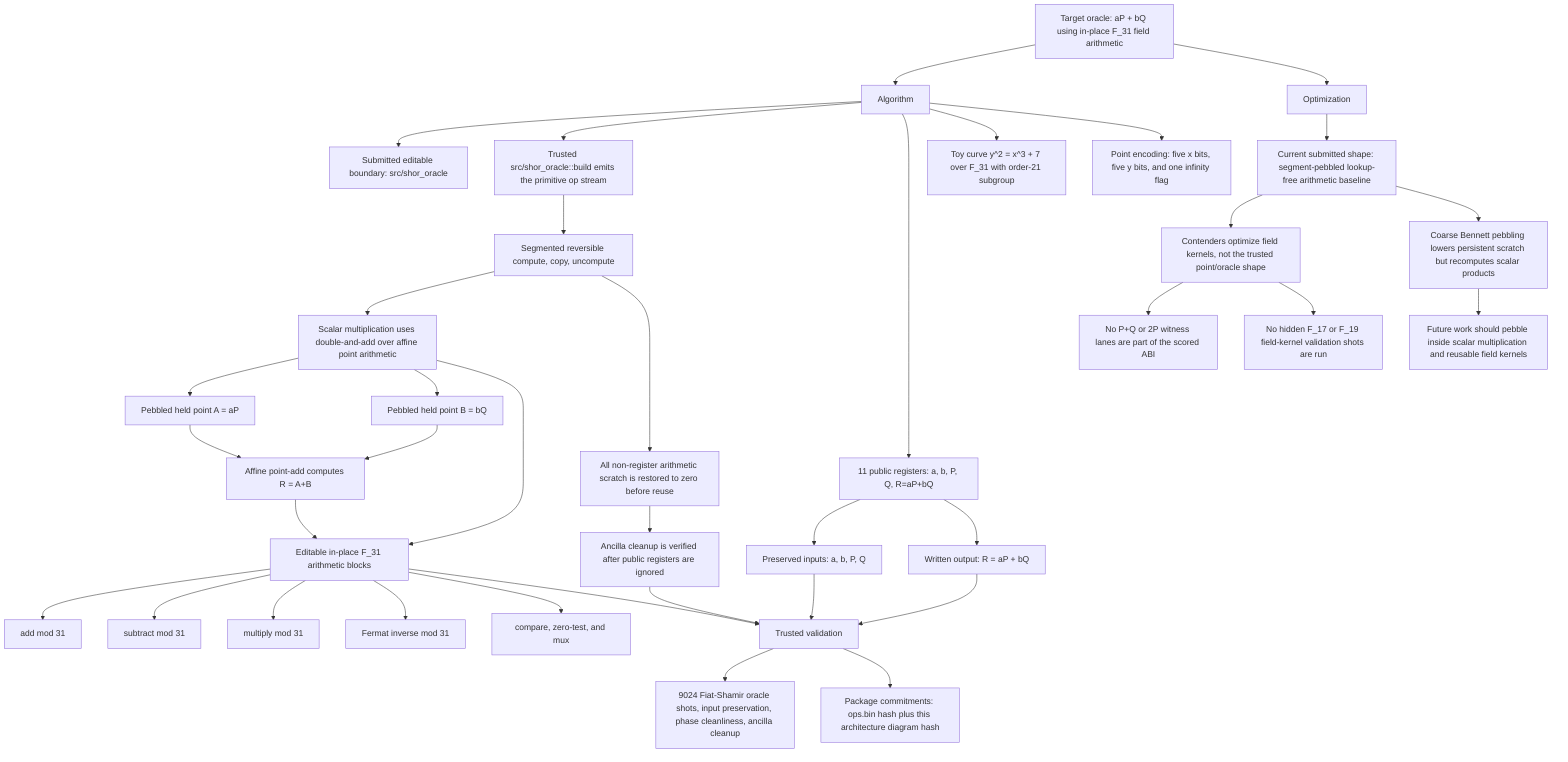
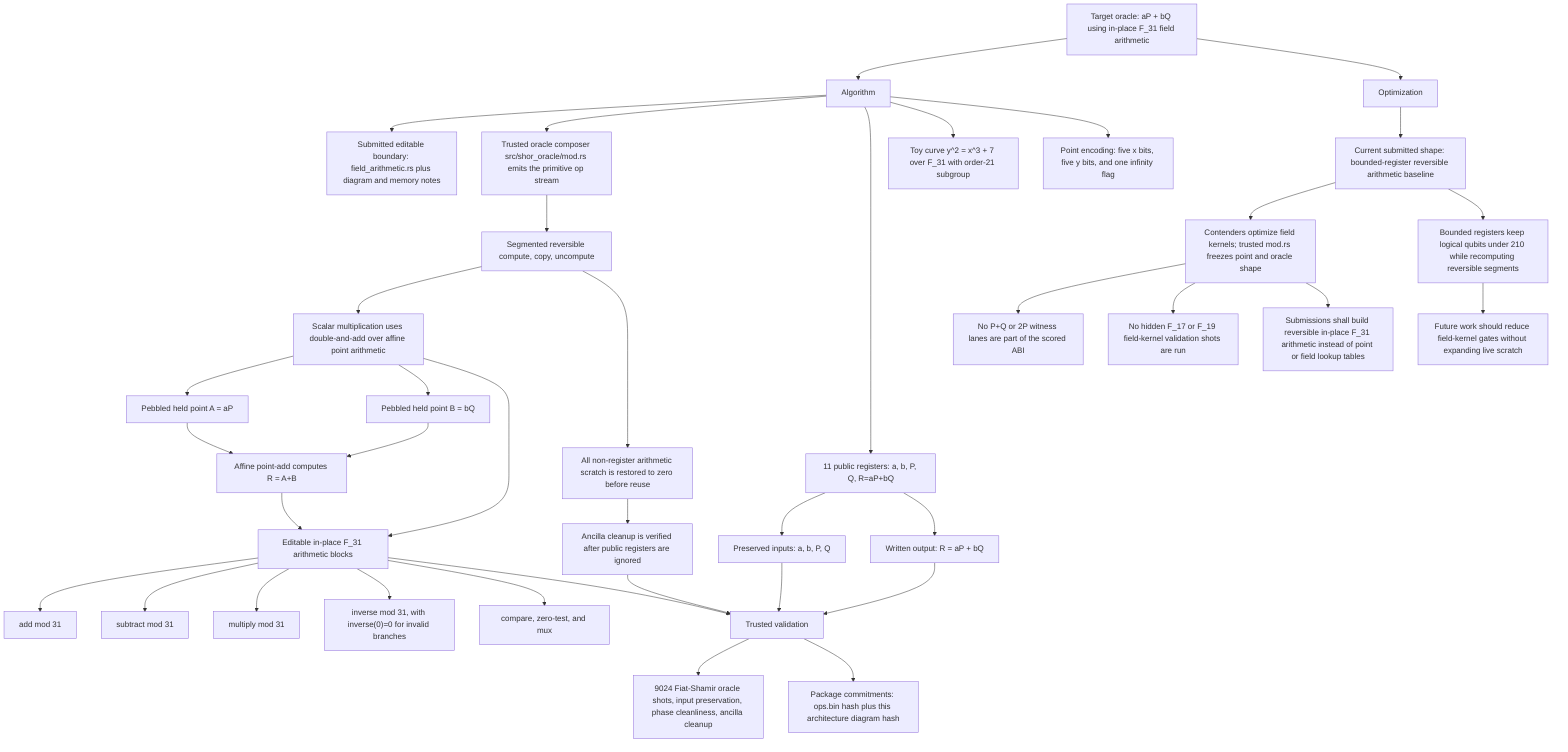
flowchart TD
  Target["Target oracle: aP + bQ using in-place F_31 field arithmetic"]
  Algorithm["Algorithm"]
  Optimization["Optimization"]

  Target --> Algorithm
  Target --> Optimization

-   Algorithm --> Boundary["Submitted editable boundary: src/shor_oracle"]
-   Algorithm --> Build["Trusted src/shor_oracle::build emits the primitive op stream"]
+   Algorithm --> Boundary["Submitted editable boundary: field_arithmetic.rs plus diagram and memory notes"]
+   Algorithm --> Build["Trusted oracle composer src/shor_oracle/mod.rs emits the primitive op stream"]
  Algorithm --> Registers["11 public registers: a, b, P, Q, R=aP+bQ"]
  Algorithm --> Curve["Toy curve y^2 = x^3 + 7 over F_31 with order-21 subgroup"]
  Algorithm --> Encoding["Point encoding: five x bits, five y bits, and one infinity flag"]

  Registers --> Preserve["Preserved inputs: a, b, P, Q"]
  Registers --> Outputs["Written output: R = aP + bQ"]

  Build --> Segment["Segmented reversible compute, copy, uncompute"]
  Segment --> ScalarPoint["Scalar multiplication uses double-and-add over affine point arithmetic"]
  ScalarPoint --> ScalarA["Pebbled held point A = aP"]
  ScalarPoint --> ScalarB["Pebbled held point B = bQ"]
  ScalarA --> PointAdd["Affine point-add computes R = A+B"]
  ScalarB --> PointAdd

  PointAdd --> FieldArithmetic["Editable in-place F_31 arithmetic blocks"]
  ScalarPoint --> FieldArithmetic
  FieldArithmetic --> FieldAdd["add mod 31"]
  FieldArithmetic --> FieldSub["subtract mod 31"]
  FieldArithmetic --> FieldMul["multiply mod 31"]
-   FieldArithmetic --> FieldInv["Fermat inverse mod 31"]
+   FieldArithmetic --> FieldInv["inverse mod 31, with inverse(0)=0 for invalid branches"]
  FieldArithmetic --> FieldMux["compare, zero-test, and mux"]

  Segment --> Cleanup["All non-register arithmetic scratch is restored to zero before reuse"]
  Cleanup --> Ancilla["Ancilla cleanup is verified after public registers are ignored"]

-   Optimization --> CurrentShape["Current submitted shape: segment-pebbled lookup-free arithmetic baseline"]
-   CurrentShape --> Contract["Contenders optimize field kernels, not the trusted point/oracle shape"]
+   Optimization --> CurrentShape["Current submitted shape: bounded-register reversible arithmetic baseline"]
+   CurrentShape --> Contract["Contenders optimize field kernels; trusted mod.rs freezes point and oracle shape"]
  Contract --> NoPublicWitness["No P+Q or 2P witness lanes are part of the scored ABI"]
  Contract --> NoHiddenWitness["No hidden F_17 or F_19 field-kernel validation shots are run"]
-   CurrentShape --> Tradeoff["Coarse Bennett pebbling lowers persistent scratch but recomputes scalar products"]
-   Tradeoff --> ReplaceLater["Future work should pebble inside scalar multiplication and reusable field kernels"]
+   Contract --> NoLookupTables["Submissions shall build reversible in-place F_31 arithmetic instead of point or field lookup tables"]
+   CurrentShape --> Tradeoff["Bounded registers keep logical qubits under 210 while recomputing reversible segments"]
+   Tradeoff --> ReplaceLater["Future work should reduce field-kernel gates without expanding live scratch"]

  Preserve --> Validation["Trusted validation"]
  Outputs --> Validation
  FieldArithmetic --> Validation
  Ancilla --> Validation
  Validation --> Checks["9024 Fiat-Shamir oracle shots, input preservation, phase cleanliness, ancilla cleanup"]
  Validation --> Commitments["Package commitments: ops.bin hash plus this architecture diagram hash"]
